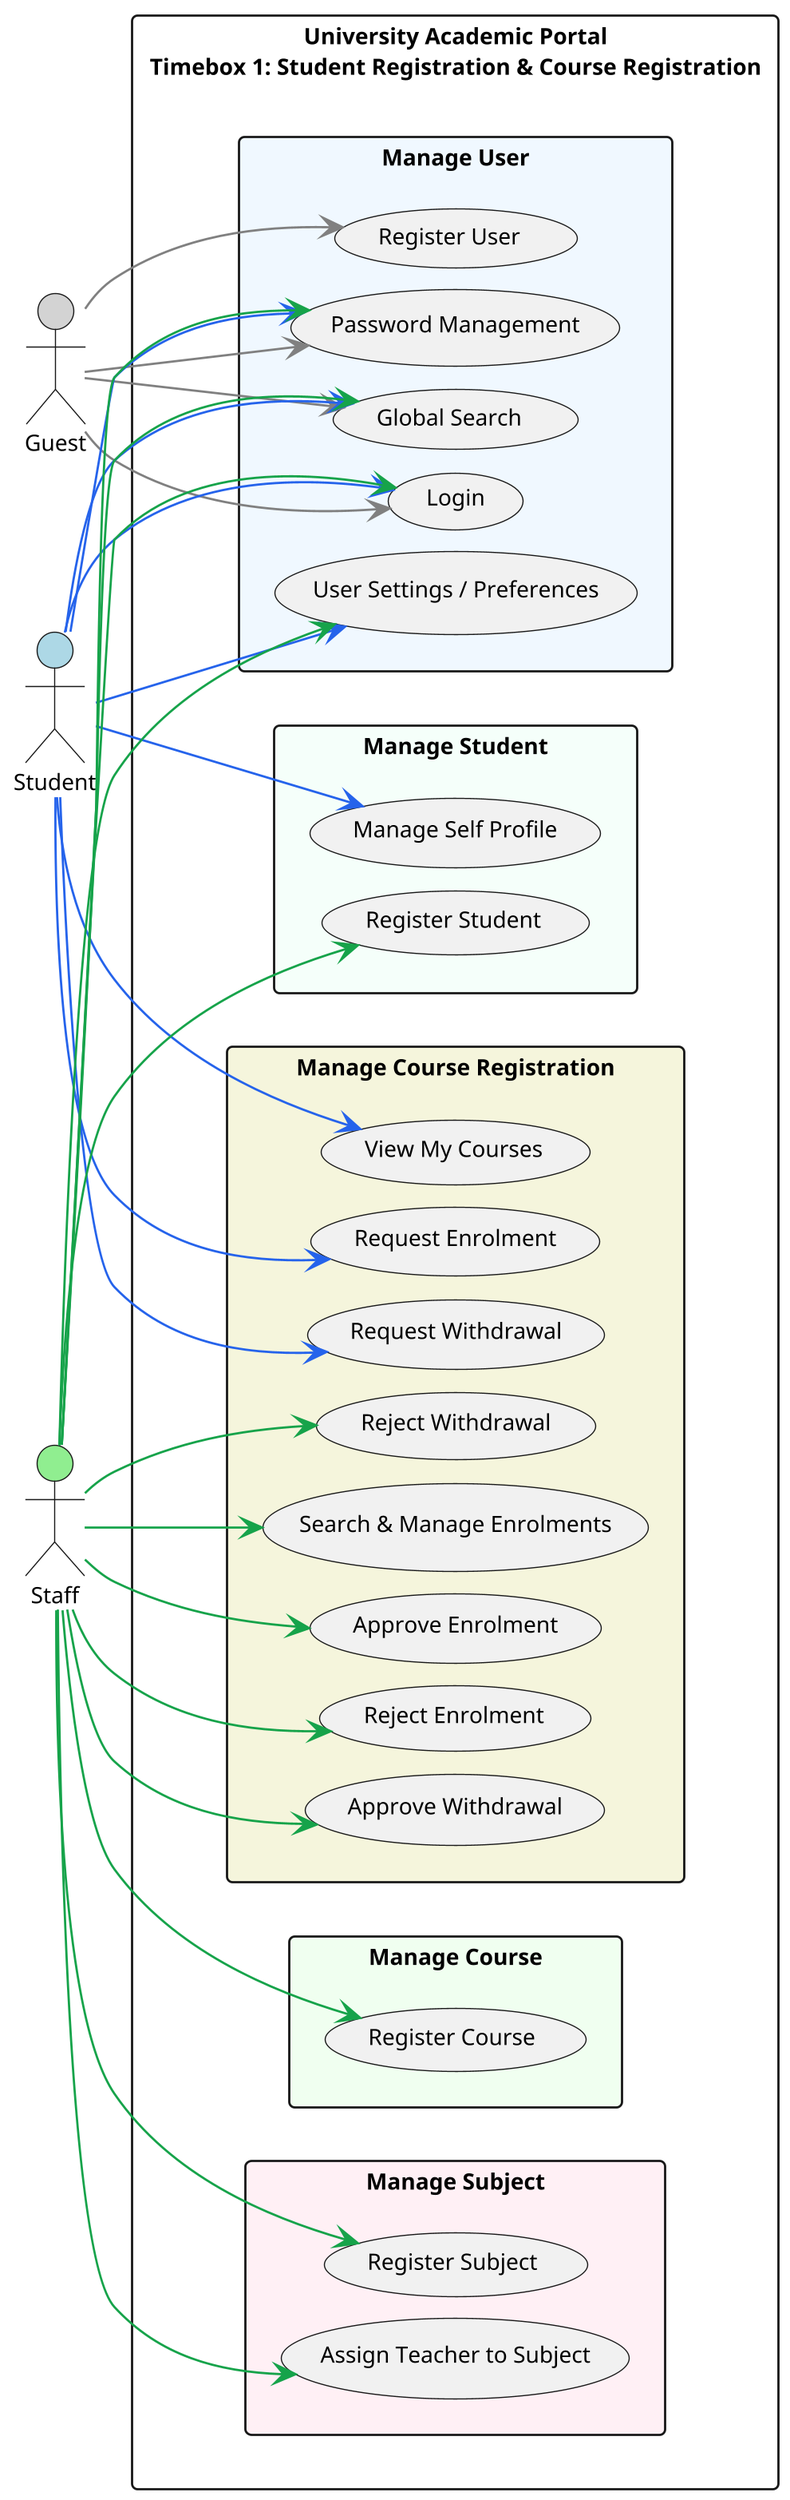
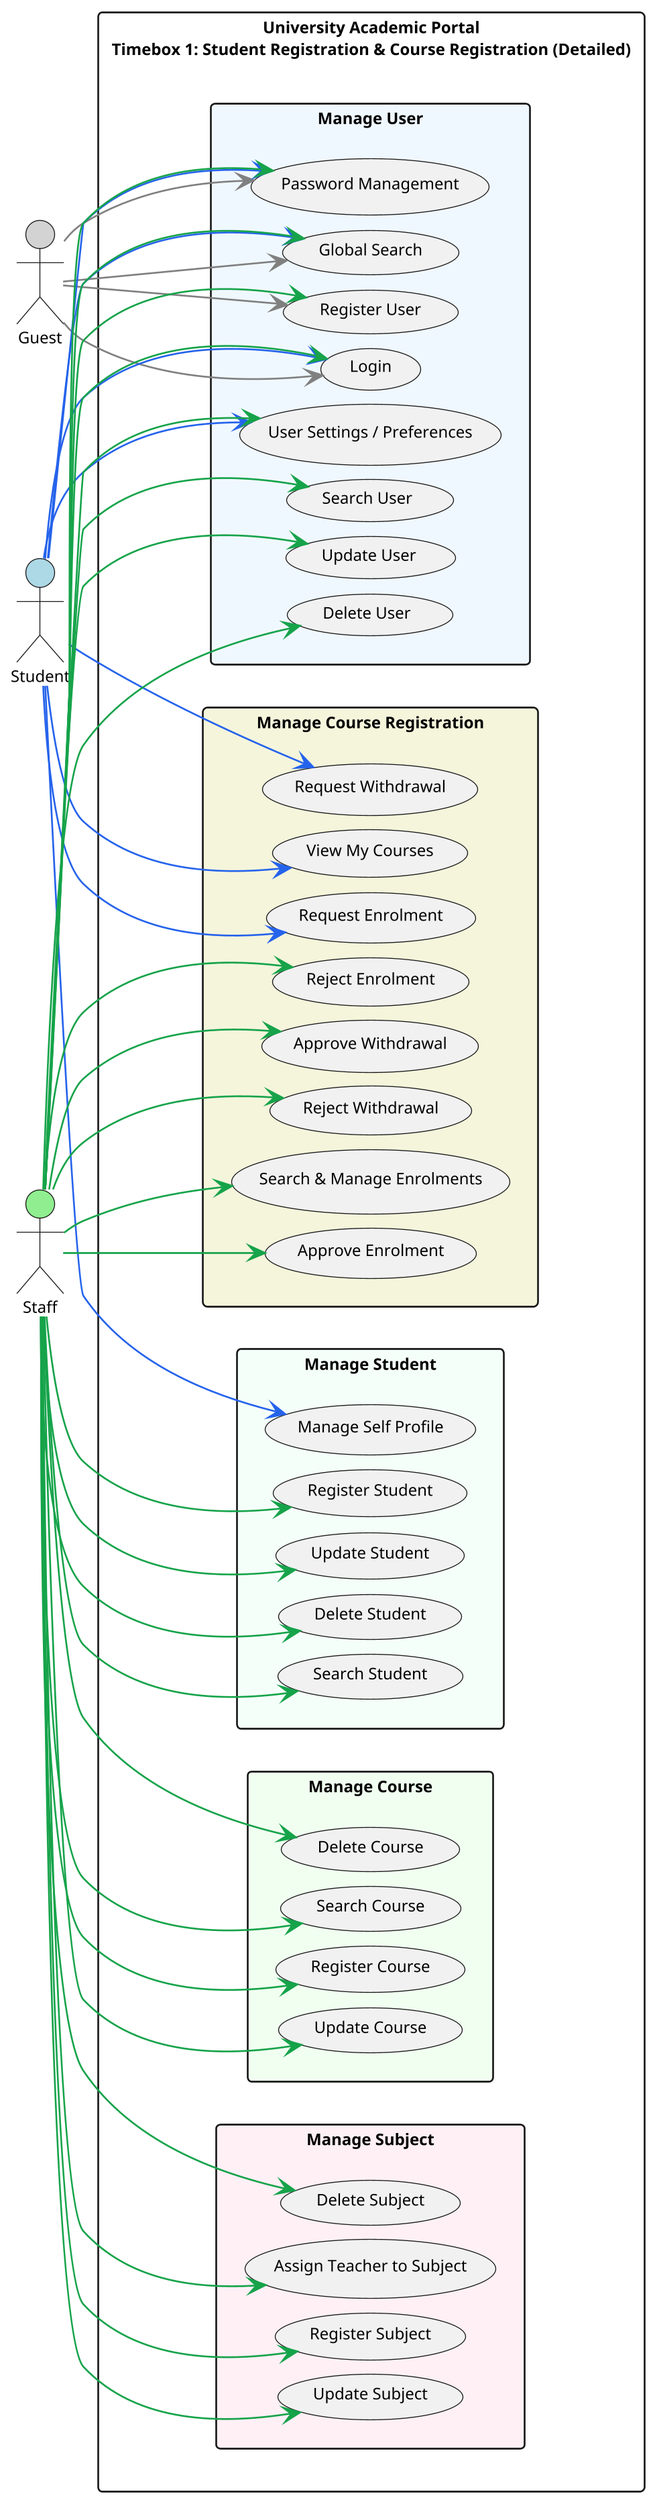
@startuml
left to right direction
skinparam packageStyle rectangle
skinparam shadowing false
skinparam dpi 300

- ' Make it compact
- scale 0.9
- skinparam defaultFontSize 10
- skinparam ranksep 10
- skinparam nodesep 10
- skinparam RectanglePadding 6
+ ' Detailed diagram - covers full FR list 5.1.1 (ML level)
+ scale 0.85
+ skinparam defaultFontSize 9
+ skinparam ranksep 8
+ skinparam nodesep 8
+ skinparam RectanglePadding 5

actor Guest #LightGray
actor Student #LightBlue
actor Staff #LightGreen

- rectangle "University Academic Portal\nTimebox 1: Student Registration & Course Registration" #White {
+ rectangle "University Academic Portal\nTimebox 1: Student Registration & Course Registration (Detailed)" #White {

  rectangle "Manage User" #AliceBlue {
    usecase "Register User" as UC1
    usecase "Login" as UC2
+     usecase "Update User" as UC1b
+     usecase "Delete User" as UC1c
+     usecase "Search User" as UC1d
    usecase "Password Management" as UC3
    usecase "User Settings / Preferences" as UC4
    usecase "Global Search" as UC5
  }

  rectangle "Manage Student" #MintCream {
    usecase "Register Student" as UC6
+     usecase "Update Student" as UC6b
+     usecase "Delete Student" as UC6c
+     usecase "Search Student" as UC6d
    usecase "Manage Self Profile" as UC7
  }

  rectangle "Manage Course" #Honeydew {
    usecase "Register Course" as UC8
+     usecase "Update Course" as UC8b
+     usecase "Delete Course" as UC8c
+     usecase "Search Course" as UC8d
  }

  rectangle "Manage Subject" #LavenderBlush {
    usecase "Register Subject" as UC9
+     usecase "Update Subject" as UC9b
+     usecase "Delete Subject" as UC9c
    usecase "Assign Teacher to Subject" as UC10
  }

  rectangle "Manage Course Registration" #Beige {
    usecase "Request Enrolment" as UC11
    usecase "Request Withdrawal" as UC12
    usecase "View My Courses" as UC13
    usecase "Approve Enrolment" as UC14
    usecase "Reject Enrolment" as UC15
    usecase "Approve Withdrawal" as UC16
    usecase "Reject Withdrawal" as UC17
    usecase "Search & Manage Enrolments" as UC18
  }
}

+ ' Guest
Guest -[#808080]-> UC1
Guest -[#808080]-> UC2
Guest -[#808080]-> UC3
Guest -[#808080]-> UC5

+ ' Student
Student -[#2563EB]-> UC2
Student -[#2563EB]-> UC3
Student -[#2563EB]-> UC4
Student -[#2563EB]-> UC5
Student -[#2563EB]-> UC7
Student -[#2563EB]-> UC11
Student -[#2563EB]-> UC12
Student -[#2563EB]-> UC13

+ ' Staff - User
+ Staff -[#16A34A]-> UC1
+ Staff -[#16A34A]-> UC1b
+ Staff -[#16A34A]-> UC1c
+ Staff -[#16A34A]-> UC1d
Staff -[#16A34A]-> UC2
Staff -[#16A34A]-> UC3
Staff -[#16A34A]-> UC4
Staff -[#16A34A]-> UC5
+ ' Staff - Student
Staff -[#16A34A]-> UC6
+ Staff -[#16A34A]-> UC6b
+ Staff -[#16A34A]-> UC6c
+ Staff -[#16A34A]-> UC6d
+ ' Staff - Course
Staff -[#16A34A]-> UC8
+ Staff -[#16A34A]-> UC8b
+ Staff -[#16A34A]-> UC8c
+ Staff -[#16A34A]-> UC8d
+ ' Staff - Subject
Staff -[#16A34A]-> UC9
+ Staff -[#16A34A]-> UC9b
+ Staff -[#16A34A]-> UC9c
Staff -[#16A34A]-> UC10
+ ' Staff - Enrolment
Staff -[#16A34A]-> UC14
Staff -[#16A34A]-> UC15
Staff -[#16A34A]-> UC16
Staff -[#16A34A]-> UC17
Staff -[#16A34A]-> UC18
- @enduml+ @enduml
